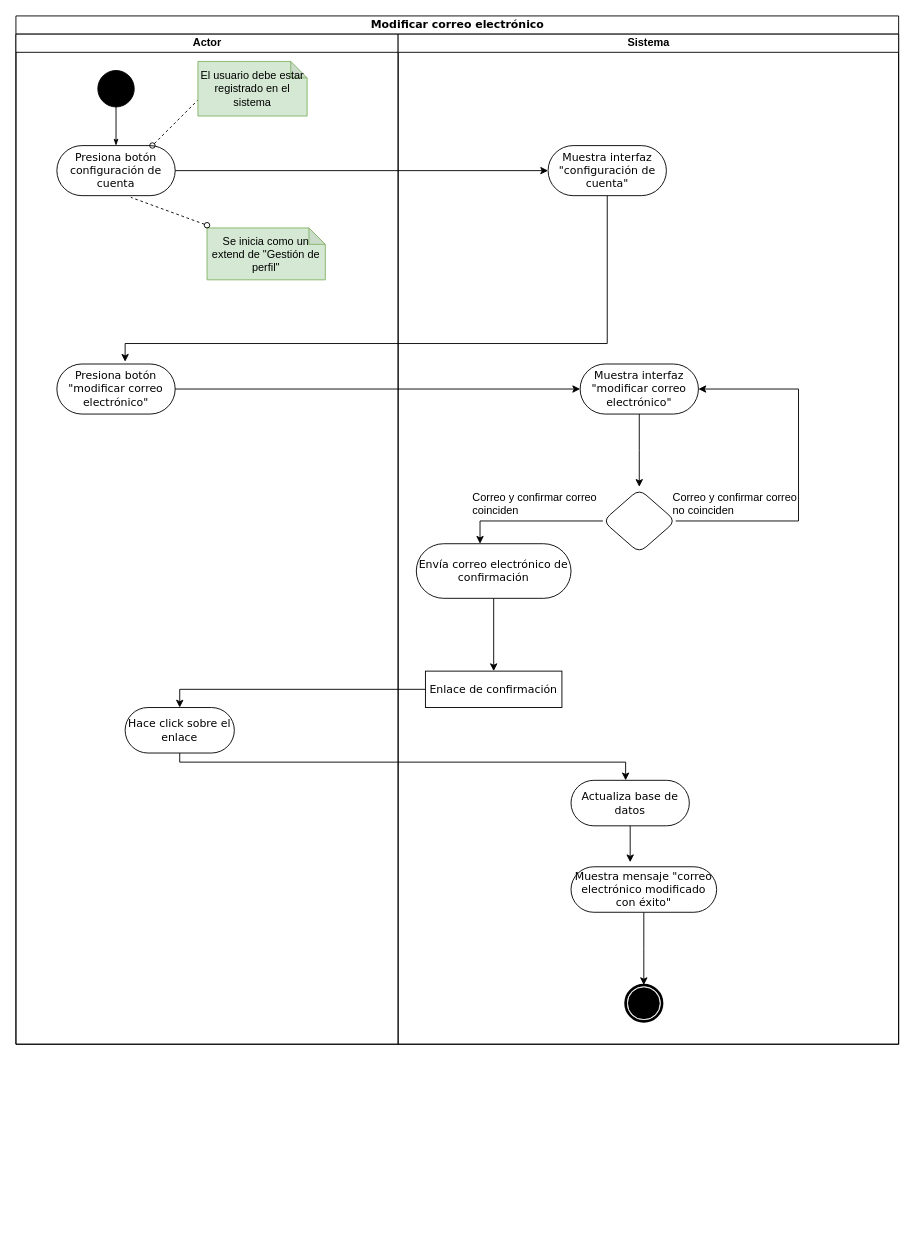
The draw.io diagram Copy of IHC Flujo 3.drawio in NeutronBlast/IS-Ex, before the edit. Source tidied: cells renumbered, new cells numbered last; positions are measured from the earlier drawing's top-left corner, leaving out a move shared by most shapes. Both pictures are drawn from the tidied source at 91%, with x=0, y=0 at pixel (15, 15).
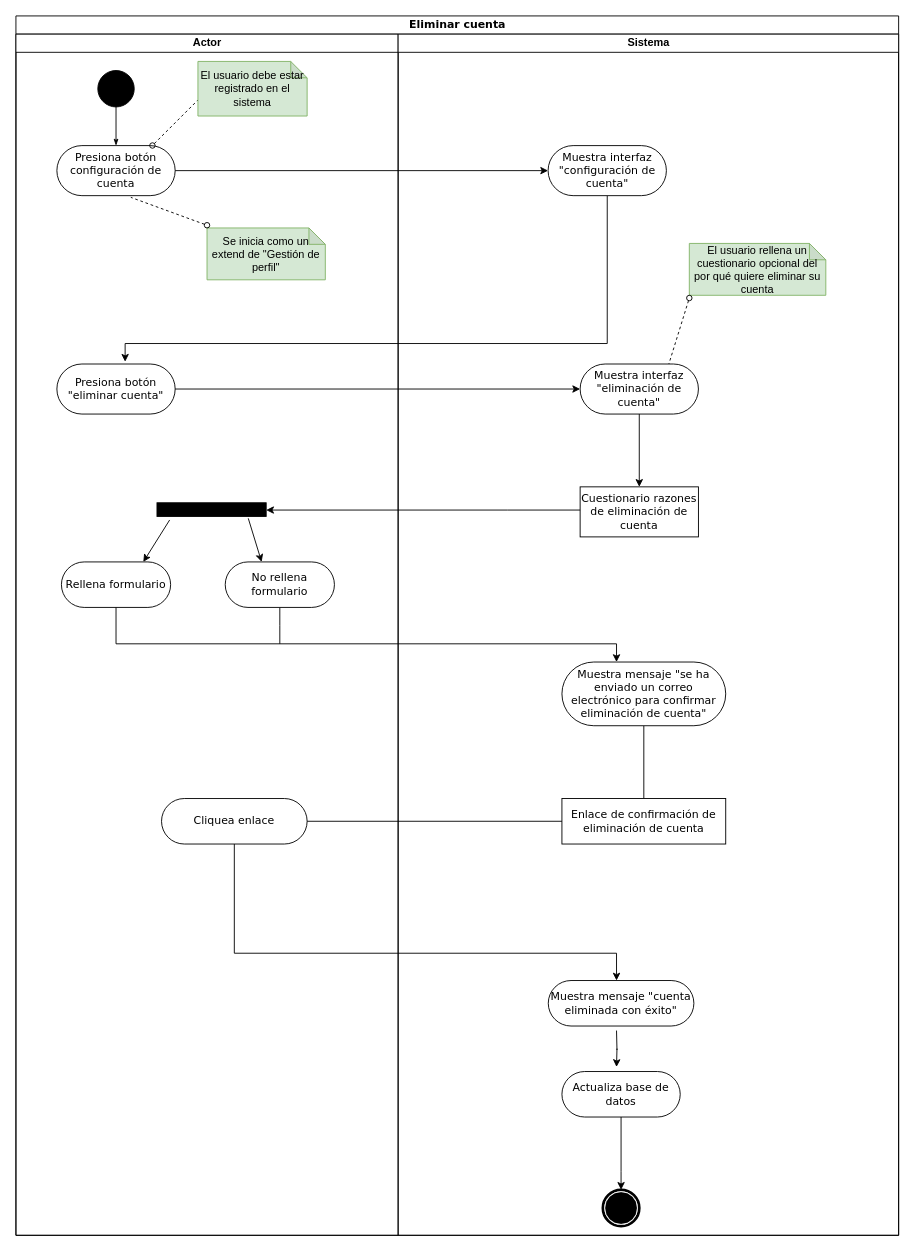
The same diagram, later.

The edit, as a diff of the source:
```diff
@@
-    <mxCell id="2" value="Modificar correo electrónico" style="swimlane;html=1;startSize=20;rounded=0;shadow=0;comic=0;labelBackgroundColor=none;strokeColor=#000000;strokeWidth=1;fillColor=#ffffff;fontFamily=Verdana;fontSize=12;fontColor=#000000;align=center;" parent="1" vertex="1">
-      <mxGeometry width="970" height="1130" as="geometry" />
+    <mxCell id="2" value="Eliminar cuenta" style="swimlane;html=1;startSize=20;rounded=0;shadow=0;comic=0;labelBackgroundColor=none;strokeColor=#000000;strokeWidth=1;fillColor=#ffffff;fontFamily=Verdana;fontSize=12;fontColor=#000000;align=center;" parent="1" vertex="1">
+      <mxGeometry width="970" height="1340" as="geometry" />
     </mxCell>
     <mxCell id="3" value="Actor" style="swimlane;html=1;startSize=20;" parent="2" vertex="1">
-      <mxGeometry y="20" width="420" height="1110" as="geometry" />
+      <mxGeometry y="20" width="420" height="1320" as="geometry" />
     </mxCell>
@@
-    <mxCell id="7" value="Hace click sobre el enlace" style="rounded=1;whiteSpace=wrap;html=1;shadow=0;comic=0;labelBackgroundColor=none;strokeColor=#000000;strokeWidth=1;fillColor=#ffffff;fontFamily=Verdana;fontSize=12;fontColor=#000000;align=center;arcSize=50;" parent="3" vertex="1">
-      <mxGeometry x="120" y="740" width="120" height="50" as="geometry" />
-    </mxCell>
@@
-    <mxCell id="11" value="Presiona botón &quot;modificar correo electrónico&quot;" style="rounded=1;whiteSpace=wrap;html=1;shadow=0;comic=0;labelBackgroundColor=none;strokeColor=#000000;strokeWidth=1;fillColor=#ffffff;fontFamily=Verdana;fontSize=12;fontColor=#000000;align=center;arcSize=50;" parent="3" vertex="1">
+    <mxCell id="11" value="Presiona botón &quot;eliminar cuenta&quot;" style="rounded=1;whiteSpace=wrap;html=1;shadow=0;comic=0;labelBackgroundColor=none;strokeColor=#000000;strokeWidth=1;fillColor=#ffffff;fontFamily=Verdana;fontSize=12;fontColor=#000000;align=center;arcSize=50;" parent="3" vertex="1">
       <mxGeometry x="45" y="362.5" width="130" height="55" as="geometry" />
     </mxCell>
+    <mxCell id="35" style="rounded=0;whiteSpace=wrap;html=1;fillColor=#000000;" parent="3" vertex="1">
+      <mxGeometry x="155" y="515" width="120" height="15" as="geometry" />
+    </mxCell>
+    <mxCell id="36" style="endArrow=classic;html=1;exitX=0.116;exitY=1.261;exitDx=0;exitDy=0;exitPerimeter=0;" parent="3" edge="1" source="35">
+      <mxGeometry relative="1" as="geometry">
+        <mxPoint x="140" y="580" as="targetPoint" />
+      </mxGeometry>
+    </mxCell>
+    <mxCell id="37" value="Rellena formulario" style="rounded=1;whiteSpace=wrap;html=1;shadow=0;comic=0;labelBackgroundColor=none;strokeColor=#000000;strokeWidth=1;fillColor=#ffffff;fontFamily=Verdana;fontSize=12;fontColor=#000000;align=center;arcSize=50;" parent="3" vertex="1">
+      <mxGeometry x="50" y="580" width="120" height="50" as="geometry" />
+    </mxCell>
+    <mxCell id="38" style="edgeStyle=orthogonalEdgeStyle;rounded=0;jettySize=auto;html=1;endArrow=none;endFill=0;" parent="3" edge="1" source="39">
+      <mxGeometry relative="1" as="geometry">
+        <mxPoint x="290" y="670" as="targetPoint" />
+      </mxGeometry>
+    </mxCell>
+    <mxCell id="39" value="No rellena formulario" style="rounded=1;whiteSpace=wrap;html=1;shadow=0;comic=0;labelBackgroundColor=none;strokeColor=#000000;strokeWidth=1;fillColor=#ffffff;fontFamily=Verdana;fontSize=12;fontColor=#000000;align=center;arcSize=50;" parent="3" vertex="1">
+      <mxGeometry x="230" y="580" width="120" height="50" as="geometry" />
+    </mxCell>
+    <mxCell id="40" style="edgeStyle=orthogonalEdgeStyle;rounded=0;jettySize=auto;html=1;endArrow=classic;endFill=1;startArrow=none;startFill=0;" parent="3" edge="1" source="41">
+      <mxGeometry relative="1" as="geometry">
+        <mxPoint x="660" y="1040" as="targetPoint" />
+        <Array as="points">
+          <mxPoint x="240" y="1010" />
+          <mxPoint x="660" y="1010" />
+        </Array>
+      </mxGeometry>
+    </mxCell>
+    <mxCell id="41" value="Cliquea enlace" style="rounded=1;whiteSpace=wrap;html=1;shadow=0;comic=0;labelBackgroundColor=none;strokeColor=#000000;strokeWidth=1;fillColor=#ffffff;fontFamily=Verdana;fontSize=12;fontColor=#000000;align=center;arcSize=50;" parent="3" vertex="1">
+      <mxGeometry x="160" y="840" width="160" height="50" as="geometry" />
+    </mxCell>
     <mxCell id="12" value="Sistema" style="swimlane;html=1;startSize=20;" parent="2" vertex="1">
-      <mxGeometry x="420" y="20" width="550" height="1110" as="geometry" />
+      <mxGeometry x="420" y="20" width="550" height="1320" as="geometry" />
     </mxCell>
-    <mxCell id="13" style="shape=mxgraph.bpmn.shape;html=1;verticalLabelPosition=bottom;labelBackgroundColor=#ffffff;verticalAlign=top;perimeter=ellipsePerimeter;outline=end;symbol=terminate;rounded=0;shadow=0;comic=0;strokeColor=#000000;strokeWidth=1;fillColor=#ffffff;fontFamily=Verdana;fontSize=12;fontColor=#000000;align=center;" parent="12" vertex="1">
-      <mxGeometry x="250" y="1045" width="40" height="40" as="geometry" />
-    </mxCell>
-    <mxCell id="14" style="edgeStyle=orthogonalEdgeStyle;rounded=0;jettySize=auto;html=1;" parent="12" edge="1" source="16">
-      <mxGeometry relative="1" as="geometry">
-        <mxPoint x="90" y="560" as="targetPoint" />
-        <Array as="points">
-          <mxPoint x="90" y="535" />
-        </Array>
-      </mxGeometry>
-    </mxCell>
-    <mxCell id="15" style="edgeStyle=orthogonalEdgeStyle;rounded=0;jettySize=auto;html=1;entryX=1;entryY=0.5;entryDx=0;entryDy=0;" parent="12" edge="1" source="16" target="26">
-      <mxGeometry relative="1" as="geometry">
-        <Array as="points">
-          <mxPoint x="440" y="535" />
-          <mxPoint x="440" y="390" />
-        </Array>
-      </mxGeometry>
-    </mxCell>
-    <mxCell id="16" style="rhombus;whiteSpace=wrap;html=1;rounded=1;fillColor=none;" parent="12" vertex="1">
-      <mxGeometry x="225" y="500" width="80" height="70" as="geometry" />
-    </mxCell>
-    <mxCell id="17" value="Correo y confirmar correo&lt;br&gt;coinciden&lt;br&gt;" style="text;html=1;align=left;verticalAlign=top;spacingTop=-4;" parent="12" vertex="1">
-      <mxGeometry x="80" y="500" width="150" height="30" as="geometry" />
-    </mxCell>
-    <mxCell id="18" style="edgeStyle=orthogonalEdgeStyle;rounded=0;jettySize=auto;html=1;startArrow=none;startFill=0;" parent="12" edge="1" source="19">
-      <mxGeometry relative="1" as="geometry">
-        <mxPoint x="255" y="910" as="targetPoint" />
-      </mxGeometry>
-    </mxCell>
-    <mxCell id="19" value="Actualiza base de datos" style="rounded=1;whiteSpace=wrap;html=1;shadow=0;comic=0;labelBackgroundColor=none;strokeColor=#000000;strokeWidth=1;fillColor=#ffffff;fontFamily=Verdana;fontSize=12;fontColor=#000000;align=center;arcSize=50;" parent="12" vertex="1">
-      <mxGeometry x="190" y="820" width="130" height="50" as="geometry" />
-    </mxCell>
-    <mxCell id="20" style="edgeStyle=orthogonalEdgeStyle;rounded=0;jettySize=auto;html=1;startArrow=none;startFill=0;" parent="12" edge="1" source="21">
-      <mxGeometry relative="1" as="geometry">
-        <mxPoint x="270" y="1045" as="targetPoint" />
-      </mxGeometry>
-    </mxCell>
-    <mxCell id="21" value="Muestra mensaje &quot;correo electrónico modificado con éxito&quot;" style="rounded=1;whiteSpace=wrap;html=1;shadow=0;comic=0;labelBackgroundColor=none;strokeColor=#000000;strokeWidth=1;fillColor=#ffffff;fontFamily=Verdana;fontSize=12;fontColor=#000000;align=center;arcSize=50;" parent="12" vertex="1">
-      <mxGeometry x="190" y="915" width="160" height="50" as="geometry" />
-    </mxCell>
-    <mxCell id="22" style="edgeStyle=orthogonalEdgeStyle;rounded=0;jettySize=auto;html=1;startArrow=none;startFill=0;" parent="12" edge="1" source="23" target="24">
-      <mxGeometry relative="1" as="geometry" />
-    </mxCell>
-    <mxCell id="23" value="Envía correo electrónico de confirmación" style="rounded=1;whiteSpace=wrap;html=1;shadow=0;comic=0;labelBackgroundColor=none;strokeColor=#000000;strokeWidth=1;fillColor=#ffffff;fontFamily=Verdana;fontSize=12;fontColor=#000000;align=center;arcSize=50;" parent="12" vertex="1">
-      <mxGeometry x="20" y="560" width="170" height="60" as="geometry" />
-    </mxCell>
-    <mxCell id="24" value="Enlace de confirmación" style="rounded=0;whiteSpace=wrap;html=1;shadow=0;comic=0;labelBackgroundColor=none;strokeColor=#000000;strokeWidth=1;fillColor=#ffffff;fontFamily=Verdana;fontSize=12;fontColor=#000000;align=center;arcSize=50;" parent="12" vertex="1">
-      <mxGeometry x="30" y="700" width="150" height="40" as="geometry" />
-    </mxCell>
-    <mxCell id="25" style="edgeStyle=orthogonalEdgeStyle;rounded=0;jettySize=auto;html=1;startArrow=none;startFill=0;" parent="12" edge="1" source="26">
-      <mxGeometry relative="1" as="geometry">
-        <mxPoint x="265" y="497.5" as="targetPoint" />
-      </mxGeometry>
-    </mxCell>
+    <mxCell id="42" style="edgeStyle=orthogonalEdgeStyle;rounded=0;jettySize=auto;html=1;" parent="12" edge="1" source="26" target="43">
+      <mxGeometry relative="1" as="geometry" />
+    </mxCell>
-    <mxCell id="26" value="Muestra interfaz &quot;modificar correo electrónico&quot;" style="rounded=1;whiteSpace=wrap;html=1;shadow=0;comic=0;labelBackgroundColor=none;strokeColor=#000000;strokeWidth=1;fillColor=#ffffff;fontFamily=Verdana;fontSize=12;fontColor=#000000;align=center;arcSize=50;" parent="12" vertex="1">
+    <mxCell id="26" value="Muestra interfaz &quot;eliminación de cuenta&quot;" style="rounded=1;whiteSpace=wrap;html=1;shadow=0;comic=0;labelBackgroundColor=none;strokeColor=#000000;strokeWidth=1;fillColor=#ffffff;fontFamily=Verdana;fontSize=12;fontColor=#000000;align=center;arcSize=50;" parent="12" vertex="1">
       <mxGeometry x="200" y="362.5" width="130" height="55" as="geometry" />
     </mxCell>
-    <mxCell id="27" value="Correo y confirmar correo&lt;br&gt;no coinciden&lt;br&gt;" style="text;html=1;align=left;verticalAlign=top;spacingTop=-4;" parent="12" vertex="1">
-      <mxGeometry x="300" y="500" width="150" height="30" as="geometry" />
-    </mxCell>
+    <mxCell id="43" value="Cuestionario razones de eliminación de cuenta" style="rounded=0;whiteSpace=wrap;html=1;shadow=0;comic=0;labelBackgroundColor=none;strokeColor=#000000;strokeWidth=1;fillColor=#ffffff;fontFamily=Verdana;fontSize=12;fontColor=#000000;align=center;arcSize=50;" parent="12" vertex="1">
+      <mxGeometry x="200" y="497.5" width="130" height="55" as="geometry" />
+    </mxCell>
@@
-    <mxCell id="30" style="edgeStyle=orthogonalEdgeStyle;rounded=0;jettySize=auto;html=1;" parent="2" edge="1" source="7">
-      <mxGeometry relative="1" as="geometry">
-        <mxPoint x="670" y="840" as="targetPoint" />
-        <Array as="points">
-          <mxPoint x="180" y="820" />
-          <mxPoint x="670" y="820" />
-        </Array>
-      </mxGeometry>
-    </mxCell>
+    <mxCell id="44" value="El usuario rellena un cuestionario opcional del por qué quiere eliminar su cuenta" style="shape=note;whiteSpace=wrap;html=1;backgroundOutline=1;darkOpacity=0.05;size=18;fillColor=#d5e8d4;strokeColor=#82b366;" parent="12" vertex="1">
+      <mxGeometry x="320" y="230" width="150" height="57" as="geometry" />
+    </mxCell>
+    <mxCell id="45" style="edgeStyle=orthogonalEdgeStyle;rounded=0;jettySize=auto;html=1;endArrow=none;endFill=0;" parent="12" edge="1" source="46" target="47">
+      <mxGeometry relative="1" as="geometry" />
+    </mxCell>
+    <mxCell id="46" value="Muestra mensaje &quot;se ha enviado un correo electrónico para confirmar eliminación de cuenta&quot;" style="rounded=1;whiteSpace=wrap;html=1;shadow=0;comic=0;labelBackgroundColor=none;strokeColor=#000000;strokeWidth=1;fillColor=#ffffff;fontFamily=Verdana;fontSize=12;fontColor=#000000;align=center;arcSize=50;" parent="12" vertex="1">
+      <mxGeometry x="180" y="690" width="180" height="70" as="geometry" />
+    </mxCell>
+    <mxCell id="47" value="Enlace de confirmación de eliminación de cuenta" style="rounded=0;whiteSpace=wrap;html=1;shadow=0;comic=0;labelBackgroundColor=none;strokeColor=#000000;strokeWidth=1;fillColor=#ffffff;fontFamily=Verdana;fontSize=12;fontColor=#000000;align=center;arcSize=50;" parent="12" vertex="1">
+      <mxGeometry x="180" y="840" width="180" height="50" as="geometry" />
+    </mxCell>
+    <mxCell id="48" style="shape=mxgraph.bpmn.shape;html=1;verticalLabelPosition=bottom;labelBackgroundColor=#ffffff;verticalAlign=top;perimeter=ellipsePerimeter;outline=end;symbol=terminate;rounded=0;shadow=0;comic=0;strokeColor=#000000;strokeWidth=1;fillColor=#ffffff;fontFamily=Verdana;fontSize=12;fontColor=#000000;align=center;" parent="12" vertex="1">
+      <mxGeometry x="225" y="1270" width="40" height="40" as="geometry" />
+    </mxCell>
+    <mxCell id="49" style="edgeStyle=orthogonalEdgeStyle;rounded=0;orthogonalLoop=1;jettySize=auto;html=1;startArrow=none;startFill=0;" parent="12" edge="1">
+      <mxGeometry relative="1" as="geometry">
+        <mxPoint x="240" y="1095" as="sourcePoint" />
+        <mxPoint x="240" y="1135" as="targetPoint" />
+      </mxGeometry>
+    </mxCell>
+    <mxCell id="50" value="Muestra mensaje &quot;cuenta eliminada con éxito&quot;" style="rounded=1;whiteSpace=wrap;html=1;shadow=0;comic=0;labelBackgroundColor=none;strokeColor=#000000;strokeWidth=1;fillColor=#ffffff;fontFamily=Verdana;fontSize=12;fontColor=#000000;align=center;arcSize=50;" parent="12" vertex="1">
+      <mxGeometry x="165" y="1040" width="160" height="50" as="geometry" />
+    </mxCell>
+    <mxCell id="51" style="edgeStyle=orthogonalEdgeStyle;rounded=0;jettySize=auto;html=1;startArrow=none;startFill=0;endArrow=classic;endFill=1;" parent="12" edge="1" source="19" target="48">
+      <mxGeometry relative="1" as="geometry">
+        <Array as="points">
+          <mxPoint x="245" y="1250" />
+          <mxPoint x="245" y="1250" />
+        </Array>
+      </mxGeometry>
+    </mxCell>
+    <mxCell id="19" value="Actualiza base de datos" style="rounded=1;whiteSpace=wrap;html=1;shadow=0;comic=0;labelBackgroundColor=none;strokeColor=#000000;strokeWidth=1;fillColor=#ffffff;fontFamily=Verdana;fontSize=12;fontColor=#000000;align=center;arcSize=50;" parent="12" vertex="1">
+      <mxGeometry x="180" y="1140" width="130" height="50" as="geometry" />
+    </mxCell>
@@
-    <mxCell id="32" style="edgeStyle=orthogonalEdgeStyle;rounded=0;jettySize=auto;html=1;entryX=0.5;entryY=0;entryDx=0;entryDy=0;exitX=0;exitY=0.5;exitDx=0;exitDy=0;" parent="2" edge="1" source="24" target="7">
-      <mxGeometry relative="1" as="geometry" />
-    </mxCell>
@@
+    <mxCell id="52" style="edgeStyle=orthogonalEdgeStyle;rounded=0;jettySize=auto;html=1;" parent="2" edge="1" source="43" target="35">
+      <mxGeometry relative="1" as="geometry">
+        <Array as="points">
+          <mxPoint x="540" y="543" />
+          <mxPoint x="540" y="543" />
+        </Array>
+      </mxGeometry>
+    </mxCell>
+    <mxCell id="53" style="edgeStyle=orthogonalEdgeStyle;rounded=0;jettySize=auto;html=1;" parent="2" edge="1" source="37" target="46">
+      <mxGeometry relative="1" as="geometry">
+        <Array as="points">
+          <mxPoint x="110" y="690" />
+          <mxPoint x="660" y="690" />
+        </Array>
+      </mxGeometry>
+    </mxCell>
+    <mxCell id="54" style="edgeStyle=orthogonalEdgeStyle;rounded=0;jettySize=auto;html=1;endArrow=none;endFill=0;" parent="2" edge="1" source="47" target="41">
+      <mxGeometry relative="1" as="geometry" />
+    </mxCell>
@@
+    <mxCell id="55" style="endArrow=none;dashed=1;html=1;startArrow=oval;startFill=0;entryX=0.75;entryY=0;entryDx=0;entryDy=0;" parent="1" edge="1" target="26">
+      <mxGeometry relative="1" as="geometry">
+        <mxPoint x="740" y="310" as="sourcePoint" />
+      </mxGeometry>
+    </mxCell>
+    <mxCell id="56" style="endArrow=classic;html=1;exitX=0.836;exitY=1.14;exitDx=0;exitDy=0;exitPerimeter=0;" parent="1" edge="1" source="35">
+      <mxGeometry relative="1" as="geometry">
+        <mxPoint x="270" y="600" as="targetPoint" />
+      </mxGeometry>
+    </mxCell>
```
